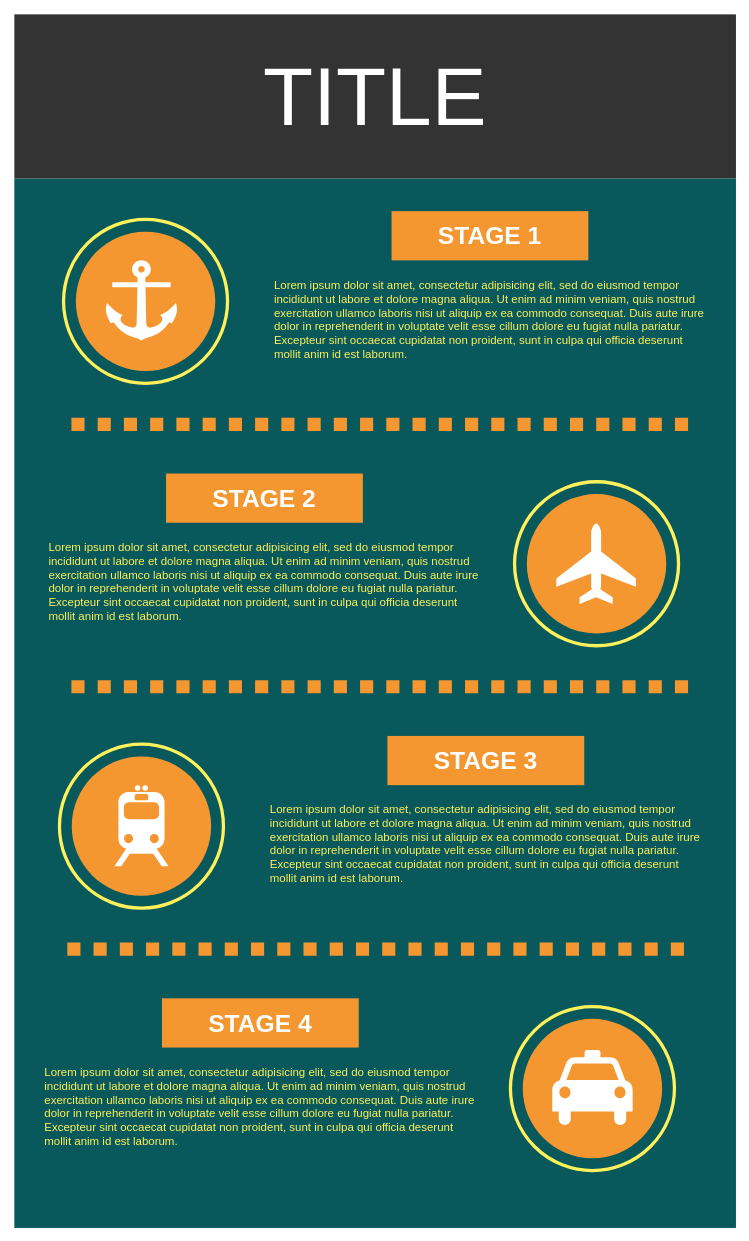
vutridat23/abc keeps this draw.io diagram as Untitled Diagram.drawio. Above is the earlier version. Source tidied: cells renumbered, new cells numbered last; positions are measured from the earlier drawing's top-left corner, leaving out a move shared by most shapes. Both pictures are drawn from the tidied source at 82%, with x=0, y=0 at pixel (14, 14).
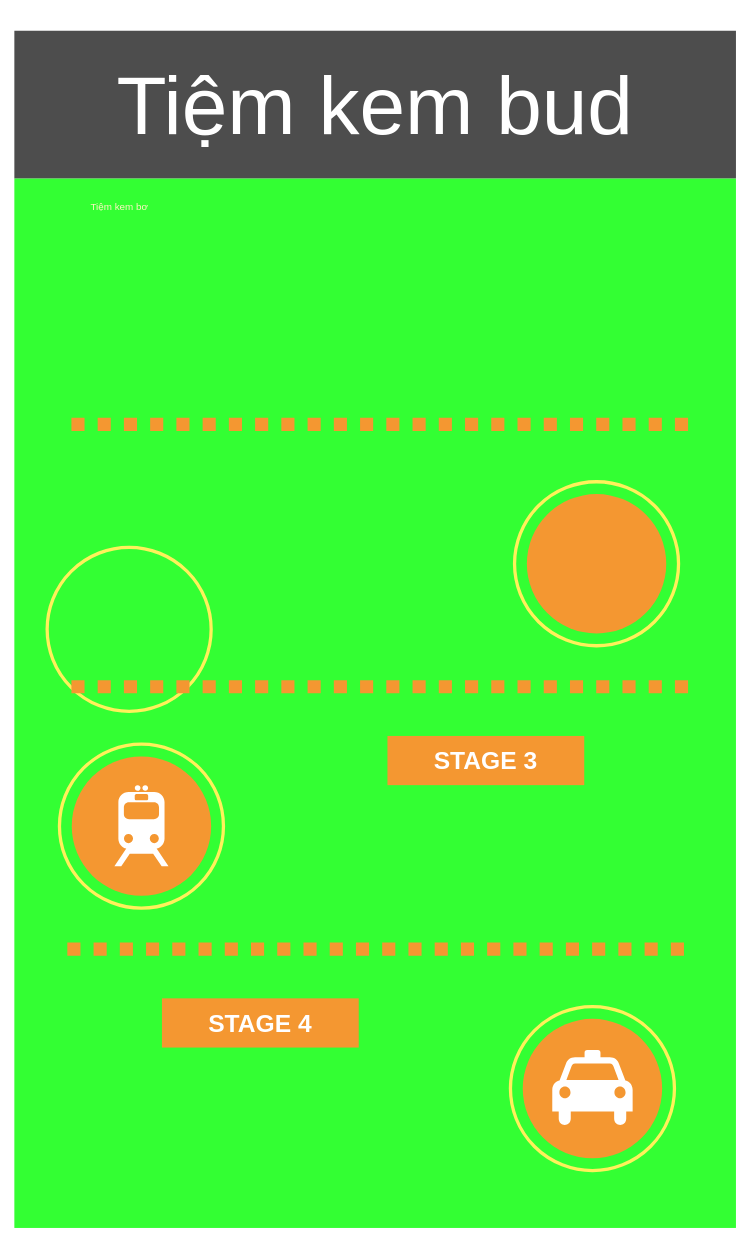
After the change.

The edit, as a diff of the source:
```diff
@@
-    <mxCell id="2" style="whiteSpace=wrap;html=1;rounded=0;shadow=0;dashed=0;strokeColor=none;strokeWidth=4;fillColor=#08585C;gradientColor=none;fontFamily=Helvetica;fontSize=100;fontColor=#FFFFFF;align=center;" parent="1" vertex="1">
+    <mxCell id="2" style="whiteSpace=wrap;html=1;rounded=0;shadow=0;dashed=0;strokeColor=none;strokeWidth=4;fillColor=#33FF33;gradientColor=none;fontFamily=Helvetica;fontSize=100;fontColor=#FFFFFF;align=center;" parent="1" vertex="1">
       <mxGeometry y="200" width="880" height="1280" as="geometry" />
     </mxCell>
-    <mxCell id="3" value="TITLE" style="whiteSpace=wrap;html=1;rounded=0;shadow=0;dashed=0;strokeColor=none;strokeWidth=4;fillColor=#333333;gradientColor=none;fontFamily=Helvetica;fontSize=100;fontColor=#FFFFFF;align=center;" parent="1" vertex="1">
-      <mxGeometry width="880" height="200" as="geometry" />
+    <mxCell id="3" value="Tiệm kem bud" style="whiteSpace=wrap;html=1;rounded=0;shadow=0;dashed=0;strokeColor=none;strokeWidth=4;fillColor=#4D4D4D;gradientColor=none;fontFamily=Helvetica;fontSize=100;fontColor=#FFFFFF;align=center;" parent="1" vertex="1">
+      <mxGeometry y="20" width="880" height="180" as="geometry" />
     </mxCell>
     <mxCell id="4" style="ellipse;whiteSpace=wrap;html=1;rounded=0;shadow=0;dashed=0;strokeColor=#FEF15B;strokeWidth=4;fillColor=none;gradientColor=none;fontFamily=Helvetica;fontSize=100;fontColor=#FFFFFF;align=center;" parent="1" vertex="1">
-      <mxGeometry x="60" y="250" width="200" height="200" as="geometry" />
+      <mxGeometry x="40" y="650" width="200" height="200" as="geometry" />
     </mxCell>
-    <mxCell id="5" style="ellipse;whiteSpace=wrap;html=1;rounded=0;shadow=0;dashed=0;strokeColor=none;strokeWidth=4;fillColor=#F49731;gradientColor=none;fontFamily=Helvetica;fontSize=100;fontColor=#FFFFFF;align=center;" parent="1" vertex="1">
-      <mxGeometry x="75" y="265" width="170" height="170" as="geometry" />
-    </mxCell>
@@
-    <mxCell id="7" value="STAGE 1" style="whiteSpace=wrap;html=1;rounded=0;shadow=0;dashed=0;strokeColor=none;strokeWidth=4;fillColor=#F49731;gradientColor=none;fontFamily=Helvetica;fontSize=30;fontColor=#FFFFFF;align=center;fontStyle=1;" parent="1" vertex="1">
-      <mxGeometry x="460" y="240" width="240" height="60" as="geometry" />
-    </mxCell>
-    <mxCell id="8" value="Lorem ipsum dolor sit amet, consectetur adipisicing elit, sed do eiusmod tempor incididunt ut labore et dolore magna aliqua. Ut enim ad minim veniam, quis nostrud exercitation ullamco laboris nisi ut aliquip ex ea commodo consequat. Duis aute irure dolor in reprehenderit in voluptate velit esse cillum dolore eu fugiat nulla pariatur. Excepteur sint occaecat cupidatat non proident, sunt in culpa qui officia deserunt mollit anim id est laborum." style="text;spacingTop=-5;fillColor=#ffffff;whiteSpace=wrap;html=1;align=left;fontSize=14;fontFamily=Helvetica;fillColor=none;strokeColor=none;rounded=0;shadow=0;dashed=0;fontColor=#FEF15B;" parent="1" vertex="1">
-      <mxGeometry x="315" y="320" width="535" height="130" as="geometry" />
-    </mxCell>
@@
-    <mxCell id="12" value="STAGE 2" style="whiteSpace=wrap;html=1;rounded=0;shadow=0;dashed=0;strokeColor=none;strokeWidth=4;fillColor=#F49731;gradientColor=none;fontFamily=Helvetica;fontSize=30;fontColor=#FFFFFF;align=center;fontStyle=1;" parent="1" vertex="1">
-      <mxGeometry x="185" y="560" width="240" height="60" as="geometry" />
-    </mxCell>
-    <mxCell id="13" value="Lorem ipsum dolor sit amet, consectetur adipisicing elit, sed do eiusmod tempor incididunt ut labore et dolore magna aliqua. Ut enim ad minim veniam, quis nostrud exercitation ullamco laboris nisi ut aliquip ex ea commodo consequat. Duis aute irure dolor in reprehenderit in voluptate velit esse cillum dolore eu fugiat nulla pariatur. Excepteur sint occaecat cupidatat non proident, sunt in culpa qui officia deserunt mollit anim id est laborum." style="text;spacingTop=-5;fillColor=#ffffff;whiteSpace=wrap;html=1;align=left;fontSize=14;fontFamily=Helvetica;fillColor=none;strokeColor=none;rounded=0;shadow=0;dashed=0;fontColor=#FEF15B;" parent="1" vertex="1">
-      <mxGeometry x="40" y="640" width="535" height="130" as="geometry" />
-    </mxCell>
@@
-    <mxCell id="18" value="Lorem ipsum dolor sit amet, consectetur adipisicing elit, sed do eiusmod tempor incididunt ut labore et dolore magna aliqua. Ut enim ad minim veniam, quis nostrud exercitation ullamco laboris nisi ut aliquip ex ea commodo consequat. Duis aute irure dolor in reprehenderit in voluptate velit esse cillum dolore eu fugiat nulla pariatur. Excepteur sint occaecat cupidatat non proident, sunt in culpa qui officia deserunt mollit anim id est laborum." style="text;spacingTop=-5;fillColor=#ffffff;whiteSpace=wrap;html=1;align=left;fontSize=14;fontFamily=Helvetica;fillColor=none;strokeColor=none;rounded=0;shadow=0;dashed=0;fontColor=#FEF15B;" parent="1" vertex="1">
-      <mxGeometry x="310" y="960" width="535" height="130" as="geometry" />
-    </mxCell>
@@
-    <mxCell id="22" value="Lorem ipsum dolor sit amet, consectetur adipisicing elit, sed do eiusmod tempor incididunt ut labore et dolore magna aliqua. Ut enim ad minim veniam, quis nostrud exercitation ullamco laboris nisi ut aliquip ex ea commodo consequat. Duis aute irure dolor in reprehenderit in voluptate velit esse cillum dolore eu fugiat nulla pariatur. Excepteur sint occaecat cupidatat non proident, sunt in culpa qui officia deserunt mollit anim id est laborum." style="text;spacingTop=-5;fillColor=#ffffff;whiteSpace=wrap;html=1;align=left;fontSize=14;fontFamily=Helvetica;fillColor=none;strokeColor=none;rounded=0;shadow=0;dashed=0;fontColor=#FEF15B;" parent="1" vertex="1">
-      <mxGeometry x="35" y="1280" width="535" height="130" as="geometry" />
-    </mxCell>
-    <mxCell id="23" style="shape=mxgraph.signs.transportation.anchor_2;html=1;fillColor=#FFFFFF;strokeColor=none;verticalLabelPosition=bottom;verticalAlign=top;align=center;rounded=0;shadow=0;dashed=0;fontFamily=Helvetica;fontSize=14;fontColor=#FEF15B;" parent="1" vertex="1">
-      <mxGeometry x="108" y="300" width="94" height="98" as="geometry" />
-    </mxCell>
-    <mxCell id="24" style="shape=mxgraph.signs.transportation.airplane_3;html=1;fillColor=#FFFFFF;strokeColor=none;verticalLabelPosition=bottom;verticalAlign=top;align=center;rounded=0;shadow=0;dashed=0;fontFamily=Helvetica;fontSize=14;fontColor=#FEF15B;" parent="1" vertex="1">
-      <mxGeometry x="661" y="621" width="97" height="98" as="geometry" />
-    </mxCell>
@@
+    <mxCell id="27" style="edgeStyle=orthogonalEdgeStyle;rounded=0;orthogonalLoop=1;jettySize=auto;html=1;exitX=0.5;exitY=1;exitDx=0;exitDy=0;" parent="1" edge="1" source="3" target="3">
+      <mxGeometry relative="1" as="geometry" />
+    </mxCell>
+    <mxCell id="28" value="&lt;font color=&quot;#fff4c3&quot;&gt;Tiệm kem bơ&amp;nbsp;&lt;/font&gt;" style="text;html=1;align=center;verticalAlign=middle;whiteSpace=wrap;rounded=0;" parent="1" vertex="1">
+      <mxGeometry x="20" y="210" width="220" height="50" as="geometry" />
+    </mxCell>
```
